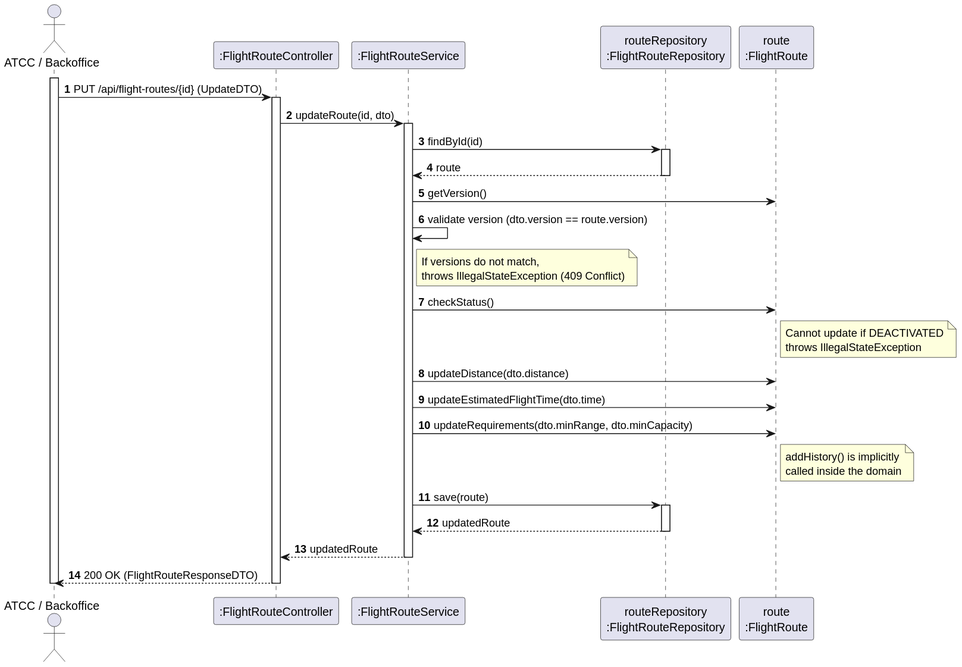
Andre-1240567/psoft2026_2DB_1240567_1241013_1240624 keeps this PlantUML diagram as docs/use-cases/WP#3A/US112/svg/US112-SD.svg. Above is the earlier version.
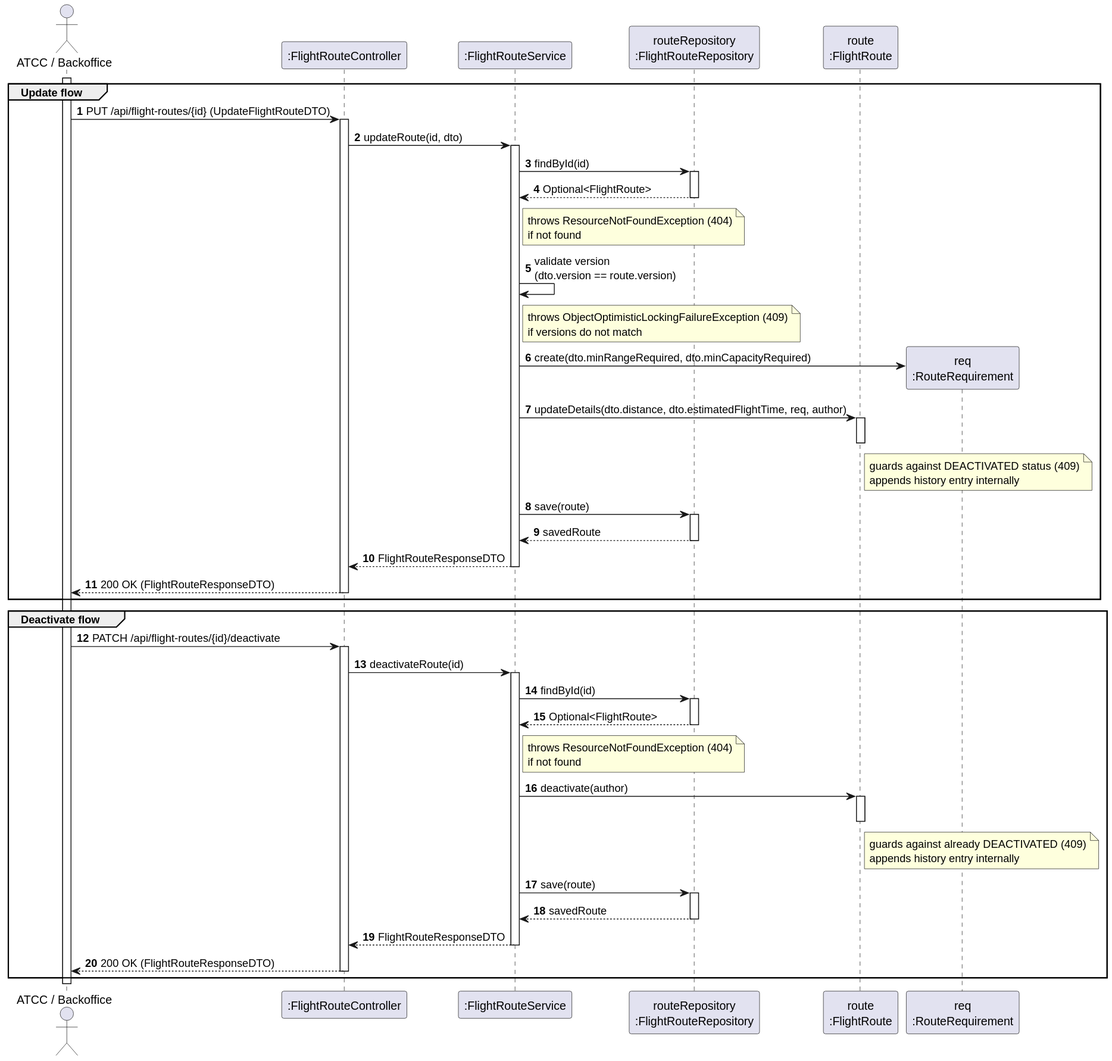
Later version of the same file.

Change to the diagram source:
```diff
@@ -5,9 +5,12 @@
 participant ":FlightRouteService" as Service
 participant "routeRepository\n:FlightRouteRepository" as Repo
 participant "route\n:FlightRoute" as Route
+participant "req\n:RouteRequirement" as Req
 
 activate Actor
-Actor -> Ctrl: PUT /api/flight-routes/{id} (UpdateDTO)
+
+group Update flow
+Actor -> Ctrl: PUT /api/flight-routes/{id} (UpdateFlightRouteDTO)
 activate Ctrl
 
 Ctrl -> Service: updateRoute(id, dto)
@@ -15,30 +18,59 @@
 
 Service -> Repo: findById(id)
 activate Repo
-Repo --> Service: route
+Repo --> Service: Optional<FlightRoute>
 deactivate Repo
+note right of Service: throws ResourceNotFoundException (404)\nif not found
 
-Service -> Route: getVersion()
-Service -> Service: validate version (dto.version == route.version)
-note right of Service: If versions do not match,\nthrows IllegalStateException (409 Conflict)
+Service -> Service: validate version\n(dto.version == route.version)
+note right of Service: throws ObjectOptimisticLockingFailureException (409)\nif versions do not match
 
-Service -> Route: checkStatus()
-note right of Route: Cannot update if DEACTIVATED\nthrows IllegalStateException
+Service -> Req**: create(dto.minRangeRequired, dto.minCapacityRequired)
 
-Service -> Route: updateDistance(dto.distance)
-Service -> Route: updateEstimatedFlightTime(dto.time)
-Service -> Route: updateRequirements(dto.minRange, dto.minCapacity)
-note right of Route: addHistory() is implicitly\ncalled inside the domain
+Service -> Route: updateDetails(dto.distance, dto.estimatedFlightTime, req, author)
+activate Route
+note right of Route: guards against DEACTIVATED status (409)\nappends history entry internally
+deactivate Route
 
 Service -> Repo: save(route)
 activate Repo
-Repo --> Service: updatedRoute
+Repo --> Service: savedRoute
 deactivate Repo
 
-Service --> Ctrl: updatedRoute
+Service --> Ctrl: FlightRouteResponseDTO
 deactivate Service
-
 Ctrl --> Actor: 200 OK (FlightRouteResponseDTO)
 deactivate Ctrl
+end
+
+group Deactivate flow
+Actor -> Ctrl: PATCH /api/flight-routes/{id}/deactivate
+activate Ctrl
+
+Ctrl -> Service: deactivateRoute(id)
+activate Service
+
+Service -> Repo: findById(id)
+activate Repo
+Repo --> Service: Optional<FlightRoute>
+deactivate Repo
+note right of Service: throws ResourceNotFoundException (404)\nif not found
+
+Service -> Route: deactivate(author)
+activate Route
+note right of Route: guards against already DEACTIVATED (409)\nappends history entry internally
+deactivate Route
+
+Service -> Repo: save(route)
+activate Repo
+Repo --> Service: savedRoute
+deactivate Repo
+
+Service --> Ctrl: FlightRouteResponseDTO
+deactivate Service
+Ctrl --> Actor: 200 OK (FlightRouteResponseDTO)
+deactivate Ctrl
+end
+
 deactivate Actor
 @enduml
```
